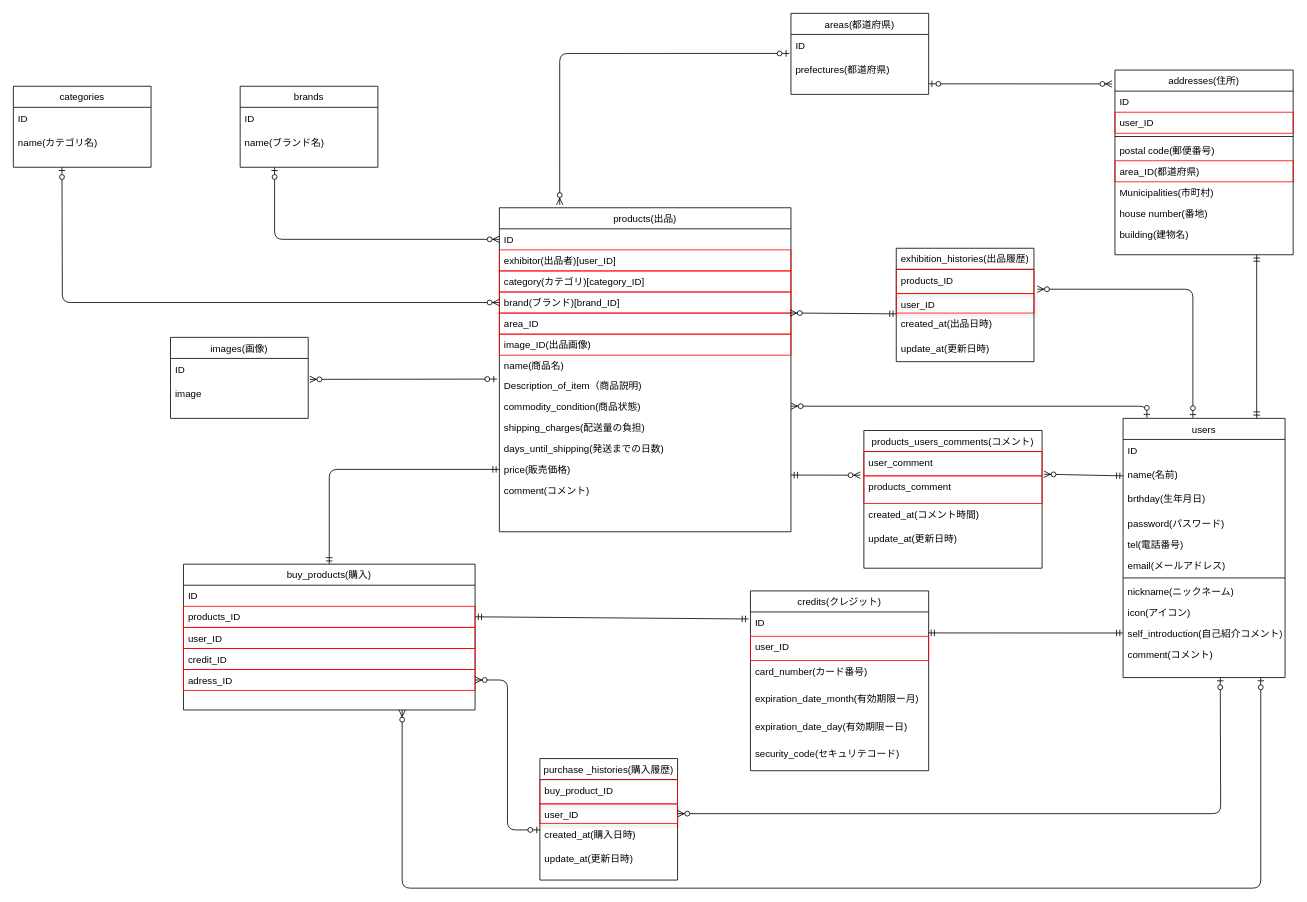
The draw.io diagram ER.drawio in kazumasa1111/merucari, before the edit. Source tidied: cells renumbered, new cells numbered last; positions are measured from the earlier drawing's top-left corner, leaving out a move shared by most shapes. Both pictures are drawn from the tidied source at 81%, with x=0, y=0 at pixel (13, 13).
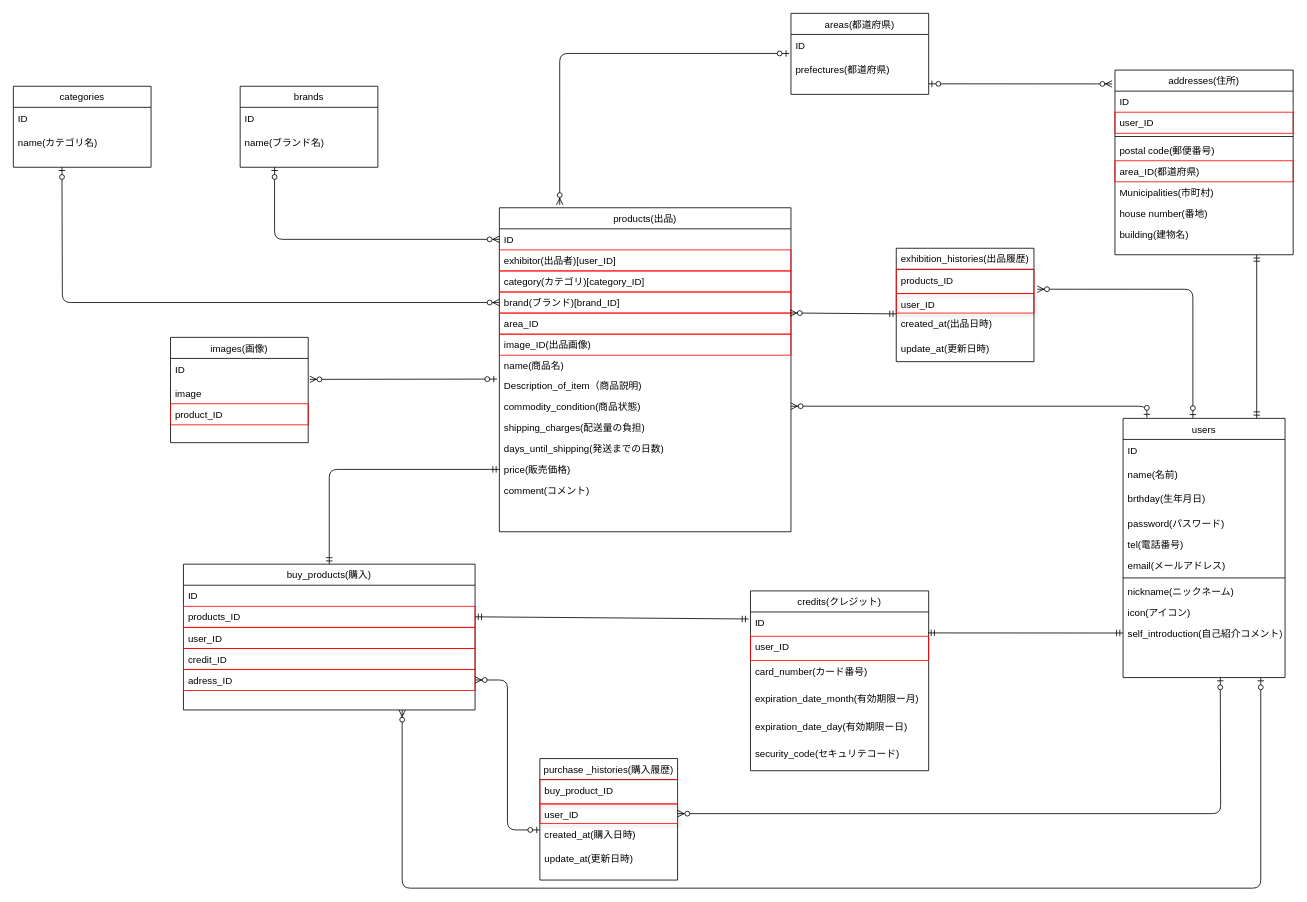
After the change.

The change refers to these unchanged cells:
```xml
<mxCell id="25" value="users" style="swimlane;fontStyle=0;align=center;verticalAlign=top;horizontal=1;startSize=26;rounded=0;shadow=0;strokeWidth=1;" parent="1" vertex="1">
  <mxGeometry x="1370" y="500" width="200" height="320" as="geometry" />
</mxCell>
<mxCell id="27" value="name(名前)" style="text;align=left;verticalAlign=top;spacingLeft=4;spacingRight=4;overflow=hidden;points=[[0,0.5],[1,0.5]];portConstraint=eastwest;" parent="25" vertex="1">
  <mxGeometry y="56" width="200" height="30" as="geometry" />
</mxCell>
```

Diff of the diagram source:
```diff
@@
-    <mxCell id="36" value="comment(コメント)" style="text;align=left;verticalAlign=top;spacingLeft=4;spacingRight=4;overflow=hidden;" parent="25" vertex="1">
-      <mxGeometry y="278" width="200" height="26" as="geometry" />
-    </mxCell>
-    <mxCell id="37" value="products_users_comments(コメント)" style="swimlane;fontStyle=0;align=center;verticalAlign=top;horizontal=1;startSize=26;rounded=0;shadow=0;strokeWidth=1;" parent="1" vertex="1">
-      <mxGeometry x="1050" y="515" width="220" height="170" as="geometry" />
-    </mxCell>
-    <mxCell id="38" value="user_comment" style="text;align=left;verticalAlign=top;spacingLeft=4;spacingRight=4;overflow=hidden;points=[[0,0.5],[1,0.5]];portConstraint=eastwest;strokeColor=#FF0000;" parent="37" vertex="1">
-      <mxGeometry y="26" width="220" height="30" as="geometry" />
-    </mxCell>
-    <mxCell id="39" value="products_comment" style="text;align=left;verticalAlign=top;spacingLeft=4;spacingRight=4;overflow=hidden;points=[[0,0.5],[1,0.5]];portConstraint=eastwest;strokeColor=#FF0000;" parent="37" vertex="1">
-      <mxGeometry y="56" width="220" height="34" as="geometry" />
-    </mxCell>
-    <mxCell id="40" value="created_at(コメント時間)" style="text;align=left;verticalAlign=top;spacingLeft=4;spacingRight=4;overflow=hidden;" parent="37" vertex="1">
-      <mxGeometry y="90" width="220" height="30" as="geometry" />
-    </mxCell>
-    <mxCell id="41" value="update_at(更新日時)" style="text;align=left;verticalAlign=top;spacingLeft=4;spacingRight=4;overflow=hidden;" parent="37" vertex="1">
-      <mxGeometry y="120" width="220" height="30" as="geometry" />
-    </mxCell>
-    <mxCell id="42" style="fontSize=12;html=1;endArrow=ERzeroToMany;startArrow=ERmandOne;exitX=0;exitY=0.5;exitDx=0;exitDy=0;entryX=1.01;entryY=-0.061;entryDx=0;entryDy=0;entryPerimeter=0;" parent="1" edge="1" source="27" target="39">
-      <mxGeometry relative="1" as="geometry" />
-    </mxCell>
@@
     <mxCell id="76" value="images(画像)" style="swimlane;fontStyle=0;align=center;verticalAlign=top;horizontal=1;startSize=26;rounded=0;shadow=0;strokeWidth=1;" parent="1" vertex="1">
-      <mxGeometry x="194" y="400" width="170" height="100" as="geometry" />
+      <mxGeometry x="194" y="400" width="170" height="130" as="geometry" />
     </mxCell>
@@
+    <mxCell id="94" value="product_ID" style="text;align=left;verticalAlign=top;spacingLeft=4;spacingRight=4;overflow=hidden;strokeColor=#FF0000;" parent="76" vertex="1">
+      <mxGeometry y="82" width="170" height="26" as="geometry" />
+    </mxCell>
@@
-    <mxCell id="87" style="fontSize=12;html=1;endArrow=ERzeroToMany;startArrow=ERmandOne;entryX=-0.02;entryY=0.972;entryDx=0;entryDy=0;entryPerimeter=0;" parent="1" edge="1" target="38">
-      <mxGeometry relative="1" as="geometry">
-        <mxPoint x="960" y="570" as="sourcePoint" />
-      </mxGeometry>
-    </mxCell>
```
